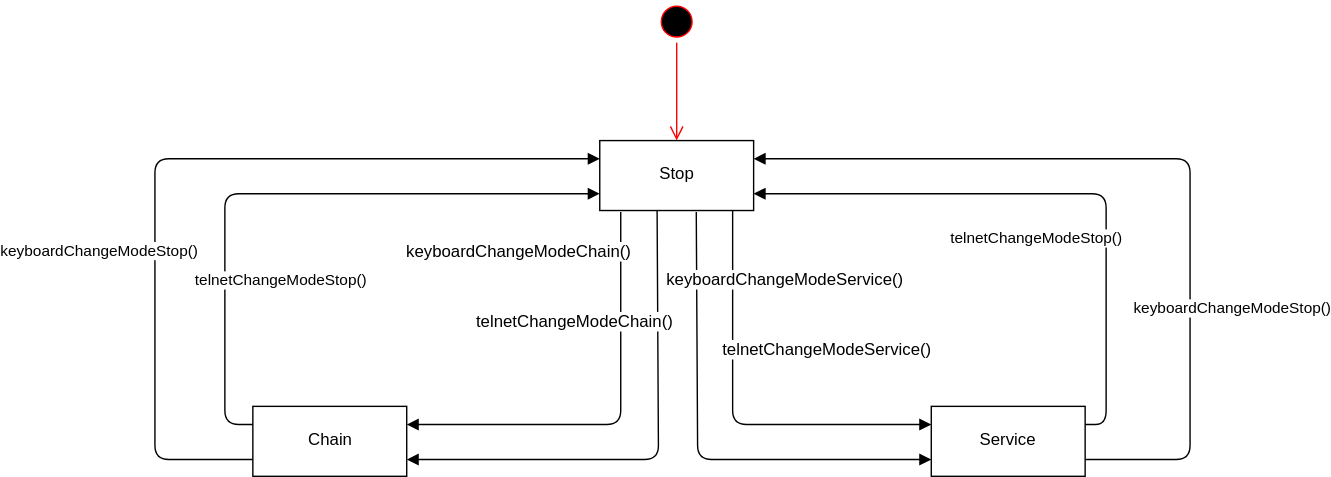
Before: Documentation/stateDiagram/StateMachineMode.svg, a diagram exported from draw.io (nicolai-schwartze/EBS2_Conveyer_Belt). Source tidied: cells renumbered, new cells last; positions are measured from the earlier drawing's top-left corner, leaving out a move shared by most shapes.
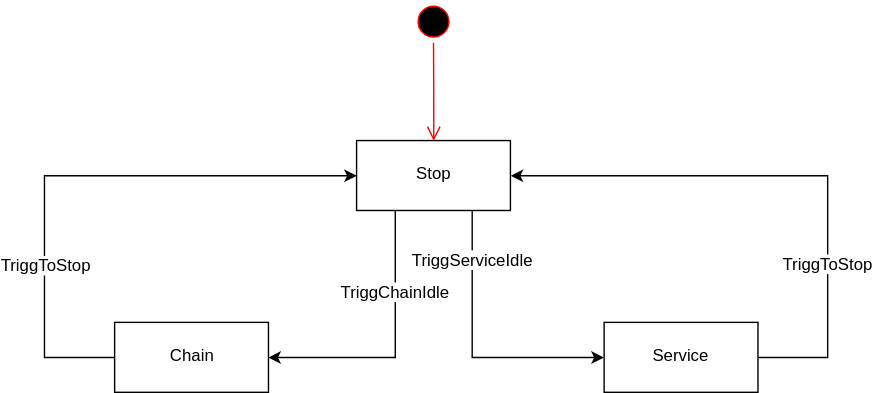
Above is the later version.

Commit message:
Actualize state diagrams

Diff of the diagram source:
```diff
@@ -3,102 +3,59 @@
     <mxCell id="0" />
     <mxCell id="1" parent="0" />
     <mxCell id="2" style="ellipse;html=1;shape=startState;fillColor=#000000;strokeColor=#ff0000;" parent="1" vertex="1">
-      <mxGeometry x="358" width="30" height="30" as="geometry" />
+      <mxGeometry x="343" width="30" height="30" as="geometry" />
     </mxCell>
     <mxCell id="3" style="edgeStyle=orthogonalEdgeStyle;html=1;verticalAlign=bottom;endArrow=open;endSize=8;strokeColor=#ff0000;entryX=0.5;entryY=0;entryDx=0;entryDy=0;" parent="1" edge="1" source="2" target="4">
       <mxGeometry relative="1" as="geometry" />
     </mxCell>
+    <mxCell id="19" style="edgeStyle=orthogonalEdgeStyle;rounded=0;jettySize=auto;html=1;exitX=0.25;exitY=1;exitDx=0;exitDy=0;entryX=1;entryY=0.5;entryDx=0;entryDy=0;" parent="1" edge="1" source="4" target="5">
+      <mxGeometry relative="1" as="geometry" />
+    </mxCell>
+    <mxCell id="20" value="TriggChainIdle" style="text;html=1;align=center;verticalAlign=middle;labelBackgroundColor=#ffffff;" parent="19" vertex="1">
+      <mxGeometry x="-0.23" y="1" relative="1" as="geometry">
+        <mxPoint x="-1.5" y="-16" as="offset" />
+      </mxGeometry>
+    </mxCell>
+    <mxCell id="21" style="edgeStyle=orthogonalEdgeStyle;rounded=0;jettySize=auto;html=1;exitX=0.75;exitY=1;exitDx=0;exitDy=0;entryX=0;entryY=0.5;entryDx=0;entryDy=0;" parent="1" edge="1" source="4" target="6">
+      <mxGeometry relative="1" as="geometry" />
+    </mxCell>
+    <mxCell id="22" value="TriggServiceIdle" style="text;html=1;align=center;verticalAlign=middle;labelBackgroundColor=#ffffff;" parent="21" vertex="1">
+      <mxGeometry x="-0.63" relative="1" as="geometry" />
+    </mxCell>
     <mxCell id="4" value="Stop" style="html=1;" parent="1" vertex="1">
-      <mxGeometry x="318" y="100" width="110" height="50" as="geometry" />
+      <mxGeometry x="303" y="100" width="110" height="50" as="geometry" />
     </mxCell>
+    <mxCell id="23" style="edgeStyle=orthogonalEdgeStyle;rounded=0;jettySize=auto;html=1;exitX=0;exitY=0.5;exitDx=0;exitDy=0;entryX=0;entryY=0.5;entryDx=0;entryDy=0;" parent="1" edge="1" source="5" target="4">
+      <mxGeometry relative="1" as="geometry">
+        <Array as="points">
+          <mxPoint x="80" y="255" />
+          <mxPoint x="80" y="125" />
+        </Array>
+      </mxGeometry>
+    </mxCell>
+    <mxCell id="24" value="TriggToStop" style="text;html=1;align=center;verticalAlign=middle;labelBackgroundColor=#ffffff;" parent="23" vertex="1">
+      <mxGeometry x="0.16" y="-1" relative="1" as="geometry">
+        <mxPoint x="-53" y="64" as="offset" />
+      </mxGeometry>
+    </mxCell>
     <mxCell id="5" value="Chain" style="html=1;" parent="1" vertex="1">
-      <mxGeometry x="70" y="290" width="110" height="50" as="geometry" />
+      <mxGeometry x="130" y="230" width="110" height="50" as="geometry" />
     </mxCell>
+    <mxCell id="10" style="edgeStyle=orthogonalEdgeStyle;rounded=0;jettySize=auto;html=1;exitX=1;exitY=0.5;exitDx=0;exitDy=0;entryX=1;entryY=0.5;entryDx=0;entryDy=0;" parent="1" edge="1" source="6" target="4">
+      <mxGeometry relative="1" as="geometry">
+        <Array as="points">
+          <mxPoint x="640" y="255" />
+          <mxPoint x="640" y="125" />
+        </Array>
+      </mxGeometry>
+    </mxCell>
+    <mxCell id="25" value="TriggToStop" style="text;html=1;align=center;verticalAlign=middle;labelBackgroundColor=#ffffff;" parent="10" vertex="1">
+      <mxGeometry x="-0.5" relative="1" as="geometry">
+        <mxPoint y="-13.5" as="offset" />
+      </mxGeometry>
+    </mxCell>
     <mxCell id="6" value="Service" style="html=1;" parent="1" vertex="1">
-      <mxGeometry x="555" y="290" width="110" height="50" as="geometry" />
+      <mxGeometry x="480" y="230" width="110" height="50" as="geometry" />
     </mxCell>
-    <mxCell id="7" style="html=1;verticalAlign=bottom;endArrow=block;exitX=0.136;exitY=1.02;exitDx=0;exitDy=0;entryX=1;entryY=0.25;entryDx=0;entryDy=0;exitPerimeter=0;" parent="1" edge="1" source="4" target="5">
-      <mxGeometry relative="1" as="geometry">
-        <Array as="points">
-          <mxPoint x="333" y="303" />
-        </Array>
-      </mxGeometry>
-    </mxCell>
-    <mxCell id="8" value="keyboardChangeModeChain()" style="text;html=1;align=center;verticalAlign=middle;labelBackgroundColor=#ffffff;" parent="7" vertex="1">
-      <mxGeometry x="-0.26" y="-1" relative="1" as="geometry">
-        <mxPoint x="-72" y="-84" as="offset" />
-      </mxGeometry>
-    </mxCell>
-    <mxCell id="9" value="keyboardChangeModeStop()" style="html=1;verticalAlign=bottom;endArrow=block;entryX=0;entryY=0.25;entryDx=0;entryDy=0;exitX=0;exitY=0.75;exitDx=0;exitDy=0;" parent="1" edge="1" source="5" target="4">
-      <mxGeometry x="-0.31" y="40" relative="1" as="geometry">
-        <Array as="points">
-          <mxPoint y="328" />
-          <mxPoint y="113" />
-          <mxPoint x="260" y="113" />
-        </Array>
-      </mxGeometry>
-    </mxCell>
-    <mxCell id="10" value="keyboardChangeModeStop()" style="html=1;verticalAlign=bottom;endArrow=block;exitX=1;exitY=0.75;exitDx=0;exitDy=0;entryX=1;entryY=0.25;entryDx=0;entryDy=0;" parent="1" edge="1" source="6" target="4">
-      <mxGeometry x="-0.43" y="-30" relative="1" as="geometry">
-        <Array as="points">
-          <mxPoint x="740" y="328" />
-          <mxPoint x="740" y="113" />
-        </Array>
-      </mxGeometry>
-    </mxCell>
-    <mxCell id="11" style="html=1;verticalAlign=bottom;endArrow=block;exitX=0.864;exitY=1;exitDx=0;exitDy=0;entryX=0;entryY=0.25;entryDx=0;entryDy=0;exitPerimeter=0;" parent="1" edge="1" source="4" target="6">
-      <mxGeometry relative="1" as="geometry">
-        <Array as="points">
-          <mxPoint x="413" y="303" />
-        </Array>
-      </mxGeometry>
-    </mxCell>
-    <mxCell id="12" value="telnetChangeModeService()" style="text;html=1;align=center;verticalAlign=middle;labelBackgroundColor=#ffffff;" parent="11" vertex="1">
-      <mxGeometry x="-0.26" y="-1" relative="1" as="geometry">
-        <mxPoint x="68" y="-9" as="offset" />
-      </mxGeometry>
-    </mxCell>
-    <mxCell id="13" value="telnetChangeModeStop()" style="html=1;verticalAlign=bottom;endArrow=block;entryX=0;entryY=0.75;entryDx=0;entryDy=0;exitX=0;exitY=0.25;exitDx=0;exitDy=0;" parent="1" edge="1" source="5" target="4">
-      <mxGeometry x="-0.5" y="-40" relative="1" as="geometry">
-        <Array as="points">
-          <mxPoint x="50" y="303" />
-          <mxPoint x="50" y="138" />
-          <mxPoint x="290" y="138" />
-        </Array>
-      </mxGeometry>
-    </mxCell>
-    <mxCell id="14" value="telnetChangeModeStop()" style="html=1;verticalAlign=bottom;endArrow=block;exitX=1;exitY=0.25;exitDx=0;exitDy=0;" parent="1" edge="1" source="6">
-      <mxGeometry x="0.06" y="42" relative="1" as="geometry">
-        <mxPoint x="428" y="138" as="targetPoint" />
-        <Array as="points">
-          <mxPoint x="680" y="303" />
-          <mxPoint x="680" y="138" />
-        </Array>
-      </mxGeometry>
-    </mxCell>
-    <mxCell id="15" style="html=1;verticalAlign=bottom;endArrow=block;entryX=1;entryY=0.75;entryDx=0;entryDy=0;exitX=0.373;exitY=1;exitDx=0;exitDy=0;exitPerimeter=0;" parent="1" edge="1" source="4" target="5">
-      <mxGeometry relative="1" as="geometry">
-        <Array as="points">
-          <mxPoint x="360" y="328" />
-        </Array>
-      </mxGeometry>
-    </mxCell>
-    <mxCell id="16" value="telnetChangeModeChain()" style="text;html=1;align=center;verticalAlign=middle;labelBackgroundColor=#ffffff;" parent="15" vertex="1">
-      <mxGeometry x="-0.26" y="-1" relative="1" as="geometry">
-        <mxPoint x="-58.5" y="-52" as="offset" />
-      </mxGeometry>
-    </mxCell>
-    <mxCell id="17" style="html=1;verticalAlign=bottom;endArrow=block;exitX=0.627;exitY=1.02;exitDx=0;exitDy=0;exitPerimeter=0;entryX=0;entryY=0.75;entryDx=0;entryDy=0;" parent="1" edge="1" source="4" target="6">
-      <mxGeometry relative="1" as="geometry">
-        <Array as="points">
-          <mxPoint x="388" y="328" />
-        </Array>
-      </mxGeometry>
-    </mxCell>
-    <mxCell id="18" value="keyboardChangeModeService()" style="text;html=1;align=center;verticalAlign=middle;labelBackgroundColor=#ffffff;" parent="17" vertex="1">
-      <mxGeometry x="-0.26" y="-1" relative="1" as="geometry">
-        <mxPoint x="63.5" y="-78" as="offset" />
-      </mxGeometry>
-    </mxCell>
   </root>
 </mxGraphModel>
```
